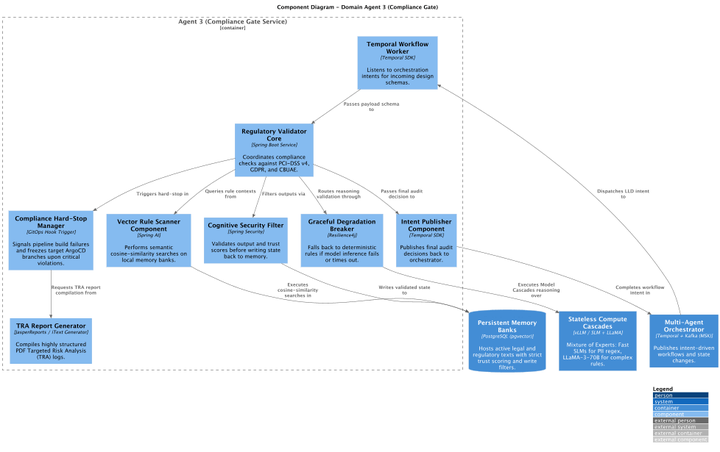
The PlantUML diagram x_bank-core/c4_component.png in COPUR/X_Bank-Agentive-Architecture-Framework, before a commit.
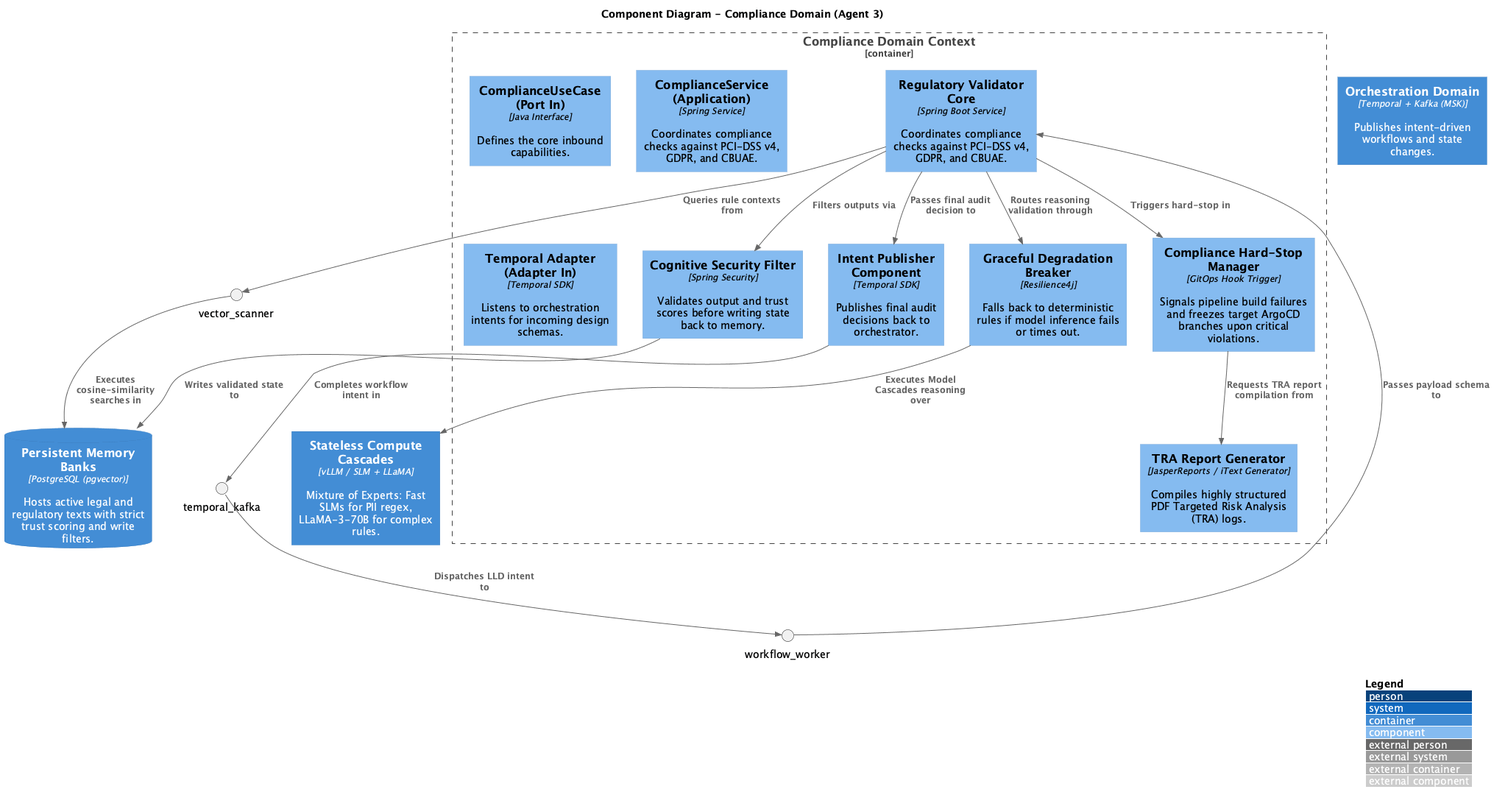
After the commit.

Change to the diagram source:
```diff
@@ -1,18 +1,18 @@
 @startuml c4_component
-skinparamlocked dpi 50
 !include https://raw.githubusercontent.com/plantuml-stdlib/C4-PlantUML/master/C4_Component.puml
 
 LAYOUT_WITH_LEGEND()
 
-title Component Diagram - Domain Agent 3 (Compliance Gate)
+title Component Diagram - Compliance Domain (Agent 3)
 
-Container(temporal_kafka, "Multi-Agent Orchestrator", "Temporal + Kafka (MSK)", "Publishes intent-driven workflows and state changes.")
+Container(orchestration_domain, "Orchestration Domain", "Temporal + Kafka (MSK)", "Publishes intent-driven workflows and state changes.")
 Container(model_cascades, "Stateless Compute Cascades", "vLLM / SLM + LLaMA", "Mixture of Experts: Fast SLMs for PII regex, LLaMA-3-70B for complex rules.")
 ContainerDb(memory_banks, "Persistent Memory Banks", "PostgreSQL (pgvector)", "Hosts active legal and regulatory texts with strict trust scoring and write filters.")
 
-Container_Boundary(agent3_boundary, "Agent 3 (Compliance Gate Service)") {
-    Component(workflow_worker, "Temporal Workflow Worker", "Temporal SDK", "Listens to orchestration intents for incoming design schemas.")
-    Component(vector_scanner, "Vector Rule Scanner Component", "Spring AI", "Performs semantic cosine-similarity searches on local memory banks.")
+Container_Boundary(compliance_domain, "Compliance Domain Context") {
+    Component(compliance_use_case, "ComplianceUseCase (Port In)", "Java Interface", "Defines the core inbound capabilities.")
+    Component(compliance_service, "ComplianceService (Application)", "Spring Service", "Coordinates compliance checks against PCI-DSS v4, GDPR, and CBUAE.")
+    Component(workflow_adapter, "Temporal Adapter (Adapter In)", "Temporal SDK", "Listens to orchestration intents for incoming design schemas.")
     Component(validator, "Regulatory Validator Core", "Spring Boot Service", "Coordinates compliance checks against PCI-DSS v4, GDPR, and CBUAE.")
     Component(circuit_breaker, "Graceful Degradation Breaker", "Resilience4j", "Falls back to deterministic rules if model inference fails or times out.")
     Component(security_filter, "Cognitive Security Filter", "Spring Security", "Validates output and trust scores before writing state back to memory.")
```
